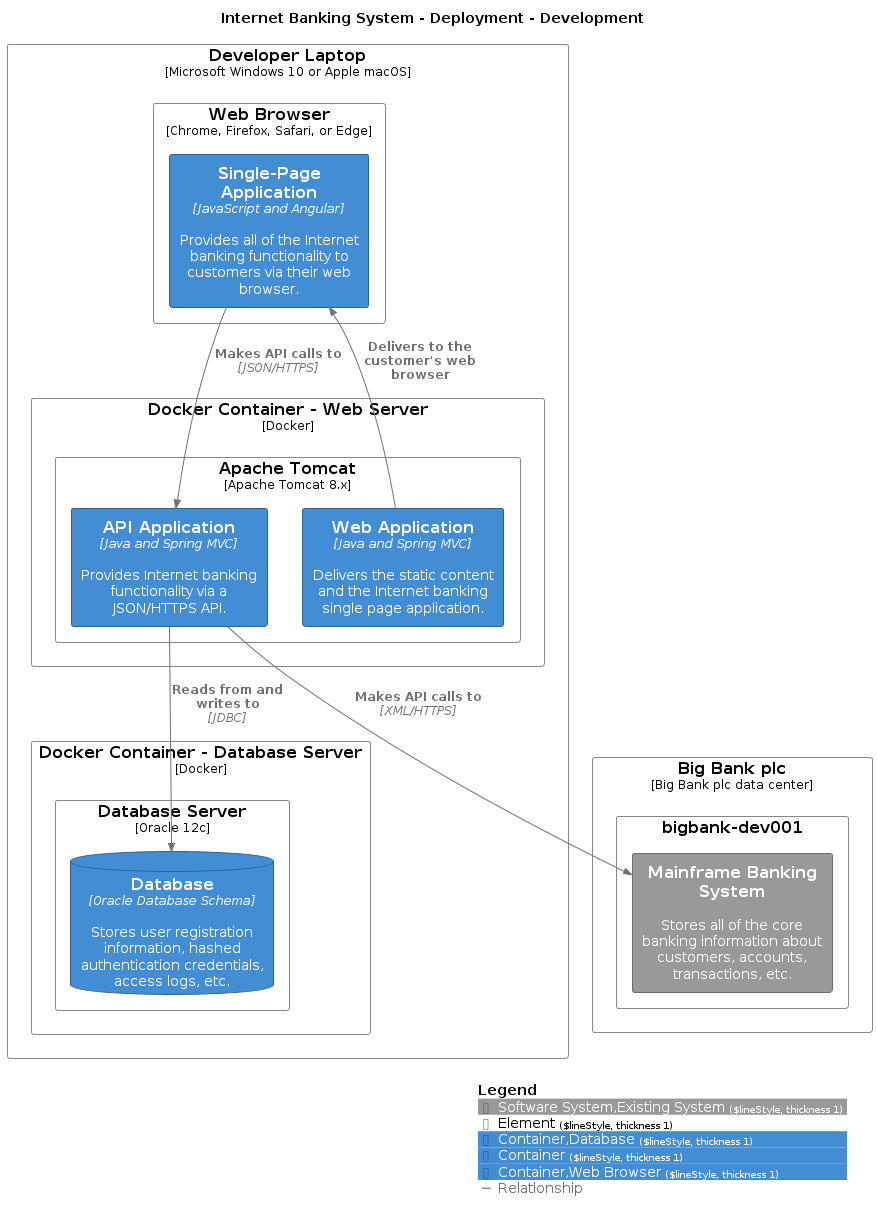
Earlier version of the PlantUML export main/png/DevelopmentDeployment.png (avisi-cloud/structurizr-site-generatr).
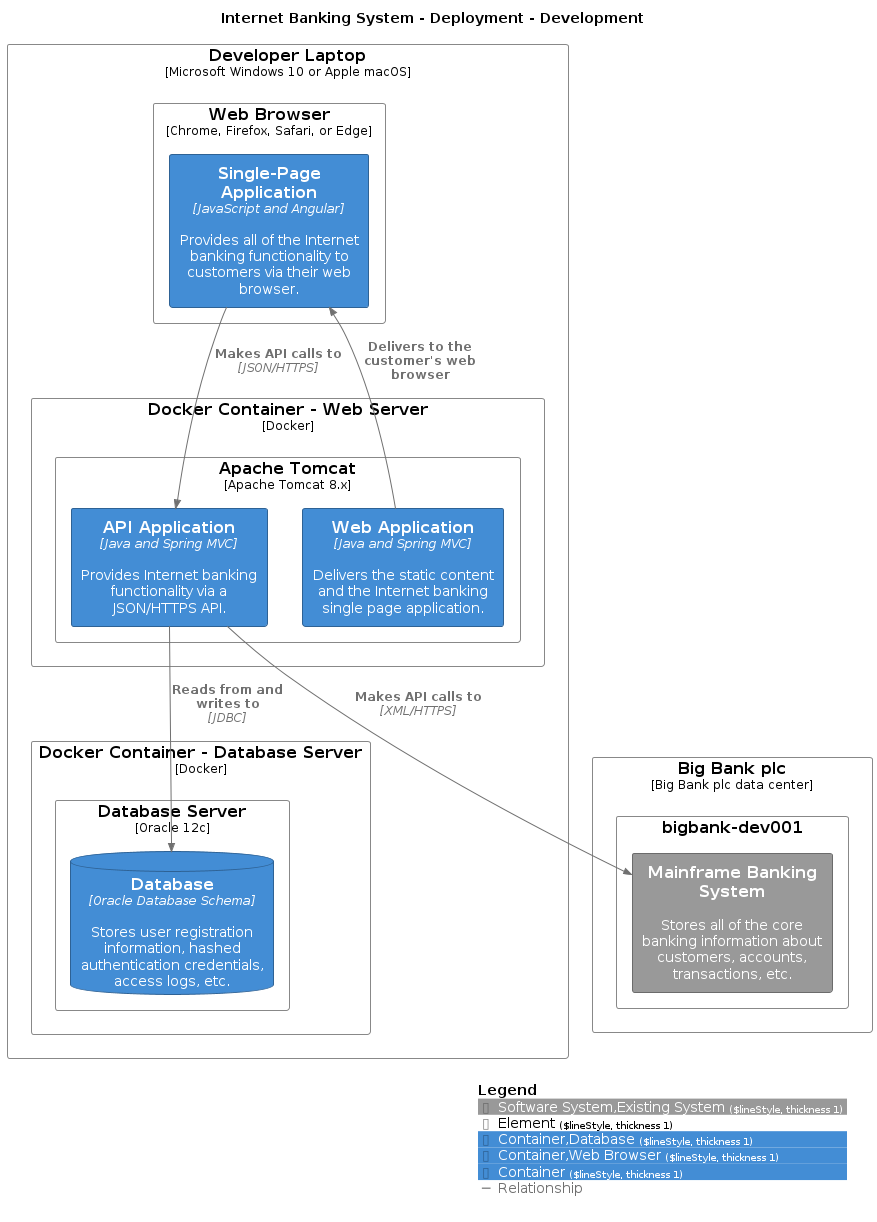
Later version of the same file.

Diff of the diagram source:
```diff
@@ -12,8 +12,8 @@
 AddElementTag("Software System,Existing System", $bgColor="#999999", $borderColor="#6b6b6b", $fontColor="#ffffff", $sprite="", $shadowing="", $borderStyle="Solid", $borderThickness="1")
 AddElementTag("Element", $bgColor="#ffffff", $borderColor="#888888", $fontColor="#000000", $sprite="", $shadowing="", $borderStyle="Solid", $borderThickness="1")
 AddElementTag("Container,Database", $bgColor="#438dd5", $borderColor="#2e6295", $fontColor="#ffffff", $sprite="", $shadowing="", $borderStyle="Solid", $borderThickness="1")
+AddElementTag("Container,Web Browser", $bgColor="#438dd5", $borderColor="#2e6295", $fontColor="#ffffff", $sprite="", $shadowing="", $borderStyle="Solid", $borderThickness="1")
 AddElementTag("Container", $bgColor="#438dd5", $borderColor="#2e6295", $fontColor="#ffffff", $sprite="", $shadowing="", $borderStyle="Solid", $borderThickness="1")
-AddElementTag("Container,Web Browser", $bgColor="#438dd5", $borderColor="#2e6295", $fontColor="#ffffff", $sprite="", $shadowing="", $borderStyle="Solid", $borderThickness="1")
 
 AddRelTag("Relationship", $textColor="#707070", $lineColor="#707070", $lineStyle = "")
 
```
